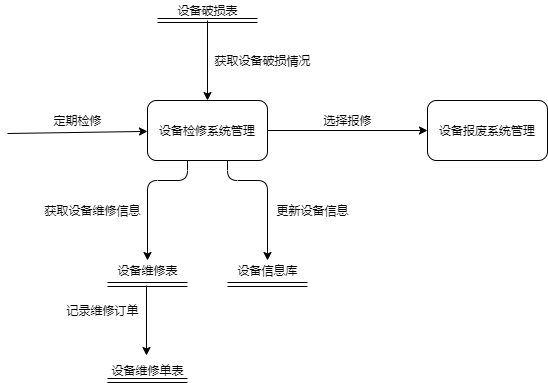
Bundchen-1/Computer-Room-Management-System keeps this draw.io diagram as 开发文档/设备检修系统管理.png. Above is the earlier version. Source tidied: cells renumbered, new cells last; positions are measured from the earlier drawing's top-left corner, leaving out a move shared by most shapes. Source of this version:
```xml
<mxGraphModel>
  <root>
    <mxCell id="0" />
    <mxCell id="1" parent="0" />
    <mxCell id="2" value="设备检修系统管理" style="rounded=1;whiteSpace=wrap;html=1;" parent="1" vertex="1">
      <mxGeometry x="140" y="100" width="120" height="60" as="geometry" />
    </mxCell>
    <mxCell id="3" style="endArrow=classic;html=1;" parent="1" edge="1" target="2">
      <mxGeometry relative="1" as="geometry">
        <mxPoint y="133" as="sourcePoint" />
      </mxGeometry>
    </mxCell>
    <mxCell id="4" value="定期检修" style="text;html=1;align=center;verticalAlign=middle;" parent="1" vertex="1">
      <mxGeometry x="40" y="110" width="60" height="20" as="geometry" />
    </mxCell>
    <mxCell id="5" style="shape=link;html=1;" parent="1" edge="1">
      <mxGeometry relative="1" as="geometry">
        <mxPoint x="150" y="20" as="sourcePoint" />
        <mxPoint x="250" y="20" as="targetPoint" />
      </mxGeometry>
    </mxCell>
    <mxCell id="6" value="设备破损表" style="text;html=1;align=center;verticalAlign=middle;" parent="1" vertex="1">
      <mxGeometry x="160" width="80" height="20" as="geometry" />
    </mxCell>
    <mxCell id="7" style="endArrow=classic;html=1;entryX=0.5;entryY=0;entryDx=0;entryDy=0;" parent="1" edge="1" target="2">
      <mxGeometry relative="1" as="geometry">
        <mxPoint x="200" y="20" as="sourcePoint" />
      </mxGeometry>
    </mxCell>
    <mxCell id="8" value="获取设备破损情况" style="text;html=1;align=center;verticalAlign=middle;" parent="1" vertex="1">
      <mxGeometry x="200" y="50" width="110" height="20" as="geometry" />
    </mxCell>
    <mxCell id="9" style="endArrow=classic;html=1;" parent="1" edge="1">
      <mxGeometry relative="1" as="geometry">
        <mxPoint x="180" y="160" as="sourcePoint" />
        <mxPoint x="140" y="260" as="targetPoint" />
        <Array as="points">
          <mxPoint x="180" y="180" />
          <mxPoint x="140" y="180" />
        </Array>
      </mxGeometry>
    </mxCell>
    <mxCell id="10" style="endArrow=classic;html=1;" parent="1" edge="1">
      <mxGeometry relative="1" as="geometry">
        <mxPoint x="220" y="160" as="sourcePoint" />
        <mxPoint x="260" y="260" as="targetPoint" />
        <Array as="points">
          <mxPoint x="220" y="180" />
          <mxPoint x="260" y="180" />
        </Array>
      </mxGeometry>
    </mxCell>
    <mxCell id="11" style="shape=link;html=1;" parent="1" edge="1">
      <mxGeometry relative="1" as="geometry">
        <mxPoint x="100" y="284" as="sourcePoint" />
        <mxPoint x="180" y="284" as="targetPoint" />
      </mxGeometry>
    </mxCell>
    <mxCell id="12" style="shape=link;html=1;" parent="1" edge="1">
      <mxGeometry relative="1" as="geometry">
        <mxPoint x="220" y="284" as="sourcePoint" />
        <mxPoint x="300" y="284" as="targetPoint" />
      </mxGeometry>
    </mxCell>
    <mxCell id="13" value="设备维修表" style="text;html=1;align=center;verticalAlign=middle;" parent="1" vertex="1">
      <mxGeometry x="100" y="260" width="80" height="20" as="geometry" />
    </mxCell>
    <mxCell id="14" value="设备信息库" style="text;html=1;align=center;verticalAlign=middle;" parent="1" vertex="1">
      <mxGeometry x="220" y="260" width="80" height="20" as="geometry" />
    </mxCell>
    <mxCell id="15" value="更新设备信息" style="text;html=1;align=center;verticalAlign=middle;" parent="1" vertex="1">
      <mxGeometry x="260" y="200" width="90" height="20" as="geometry" />
    </mxCell>
    <mxCell id="16" value="获取设备维修信息" style="text;html=1;align=center;verticalAlign=middle;" parent="1" vertex="1">
      <mxGeometry x="30" y="200" width="110" height="20" as="geometry" />
    </mxCell>
    <mxCell id="17" style="endArrow=classic;html=1;" parent="1" edge="1">
      <mxGeometry relative="1" as="geometry">
        <mxPoint x="139" y="285" as="sourcePoint" />
        <mxPoint x="139" y="355" as="targetPoint" />
      </mxGeometry>
    </mxCell>
    <mxCell id="18" style="shape=link;html=1;" parent="1" edge="1">
      <mxGeometry relative="1" as="geometry">
        <mxPoint x="100" y="380" as="sourcePoint" />
        <mxPoint x="180" y="380" as="targetPoint" />
      </mxGeometry>
    </mxCell>
    <mxCell id="19" value="设备维修单表" style="text;html=1;align=center;verticalAlign=middle;" parent="1" vertex="1">
      <mxGeometry x="95" y="360" width="90" height="20" as="geometry" />
    </mxCell>
    <mxCell id="20" value="记录维修订单" style="text;html=1;align=center;verticalAlign=middle;" parent="1" vertex="1">
      <mxGeometry x="50" y="300" width="90" height="20" as="geometry" />
    </mxCell>
    <mxCell id="21" style="endArrow=classic;html=1;" parent="1" edge="1">
      <mxGeometry relative="1" as="geometry">
        <mxPoint x="260" y="130" as="sourcePoint" />
        <mxPoint x="420" y="130" as="targetPoint" />
      </mxGeometry>
    </mxCell>
    <mxCell id="22" value="选择报修" style="text;html=1;align=center;verticalAlign=middle;" parent="1" vertex="1">
      <mxGeometry x="310" y="110" width="60" height="20" as="geometry" />
    </mxCell>
    <mxCell id="23" value="设备报废系统管理" style="rounded=1;whiteSpace=wrap;html=1;" parent="1" vertex="1">
      <mxGeometry x="420" y="100" width="120" height="60" as="geometry" />
    </mxCell>
  </root>
</mxGraphModel>
```
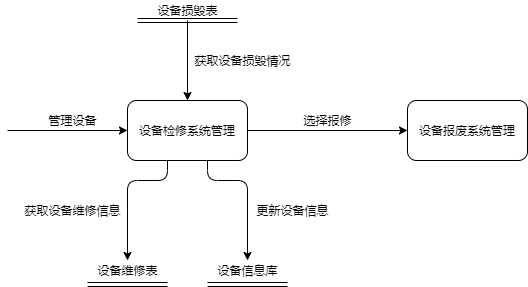
Above is the later version.

Diff of the diagram source:
```diff
@@ -5,13 +5,13 @@
     <mxCell id="2" value="设备检修系统管理" style="rounded=1;whiteSpace=wrap;html=1;" parent="1" vertex="1">
       <mxGeometry x="140" y="100" width="120" height="60" as="geometry" />
     </mxCell>
-    <mxCell id="3" style="endArrow=classic;html=1;" parent="1" edge="1" target="2">
+    <mxCell id="3" style="endArrow=classic;html=1;exitX=1;exitY=0.5;exitDx=0;exitDy=0;" parent="1" edge="1" target="2">
       <mxGeometry relative="1" as="geometry">
-        <mxPoint y="133" as="sourcePoint" />
+        <mxPoint x="20" y="130" as="sourcePoint" />
       </mxGeometry>
     </mxCell>
-    <mxCell id="4" value="定期检修" style="text;html=1;align=center;verticalAlign=middle;" parent="1" vertex="1">
-      <mxGeometry x="40" y="110" width="60" height="20" as="geometry" />
+    <mxCell id="4" value="管理设备" style="text;html=1;align=center;verticalAlign=middle;" parent="1" vertex="1">
+      <mxGeometry x="55" y="110" width="60" height="20" as="geometry" />
     </mxCell>
     <mxCell id="5" style="shape=link;html=1;" parent="1" edge="1">
       <mxGeometry relative="1" as="geometry">
@@ -19,7 +19,7 @@
         <mxPoint x="250" y="20" as="targetPoint" />
       </mxGeometry>
     </mxCell>
-    <mxCell id="6" value="设备破损表" style="text;html=1;align=center;verticalAlign=middle;" parent="1" vertex="1">
+    <mxCell id="6" value="设备损毁表" style="text;html=1;align=center;verticalAlign=middle;" parent="1" vertex="1">
       <mxGeometry x="160" width="80" height="20" as="geometry" />
     </mxCell>
     <mxCell id="7" style="endArrow=classic;html=1;entryX=0.5;entryY=0;entryDx=0;entryDy=0;" parent="1" edge="1" target="2">
@@ -27,7 +27,7 @@
         <mxPoint x="200" y="20" as="sourcePoint" />
       </mxGeometry>
     </mxCell>
-    <mxCell id="8" value="获取设备破损情况" style="text;html=1;align=center;verticalAlign=middle;" parent="1" vertex="1">
+    <mxCell id="8" value="获取设备损毁情况" style="text;html=1;align=center;verticalAlign=middle;" parent="1" vertex="1">
       <mxGeometry x="200" y="50" width="110" height="20" as="geometry" />
     </mxCell>
     <mxCell id="9" style="endArrow=classic;html=1;" parent="1" edge="1">
@@ -74,24 +74,6 @@
     <mxCell id="16" value="获取设备维修信息" style="text;html=1;align=center;verticalAlign=middle;" parent="1" vertex="1">
       <mxGeometry x="30" y="200" width="110" height="20" as="geometry" />
     </mxCell>
-    <mxCell id="17" style="endArrow=classic;html=1;" parent="1" edge="1">
-      <mxGeometry relative="1" as="geometry">
-        <mxPoint x="139" y="285" as="sourcePoint" />
-        <mxPoint x="139" y="355" as="targetPoint" />
-      </mxGeometry>
-    </mxCell>
-    <mxCell id="18" style="shape=link;html=1;" parent="1" edge="1">
-      <mxGeometry relative="1" as="geometry">
-        <mxPoint x="100" y="380" as="sourcePoint" />
-        <mxPoint x="180" y="380" as="targetPoint" />
-      </mxGeometry>
-    </mxCell>
-    <mxCell id="19" value="设备维修单表" style="text;html=1;align=center;verticalAlign=middle;" parent="1" vertex="1">
-      <mxGeometry x="95" y="360" width="90" height="20" as="geometry" />
-    </mxCell>
-    <mxCell id="20" value="记录维修订单" style="text;html=1;align=center;verticalAlign=middle;" parent="1" vertex="1">
-      <mxGeometry x="50" y="300" width="90" height="20" as="geometry" />
-    </mxCell>
     <mxCell id="21" style="endArrow=classic;html=1;" parent="1" edge="1">
       <mxGeometry relative="1" as="geometry">
         <mxPoint x="260" y="130" as="sourcePoint" />
```
